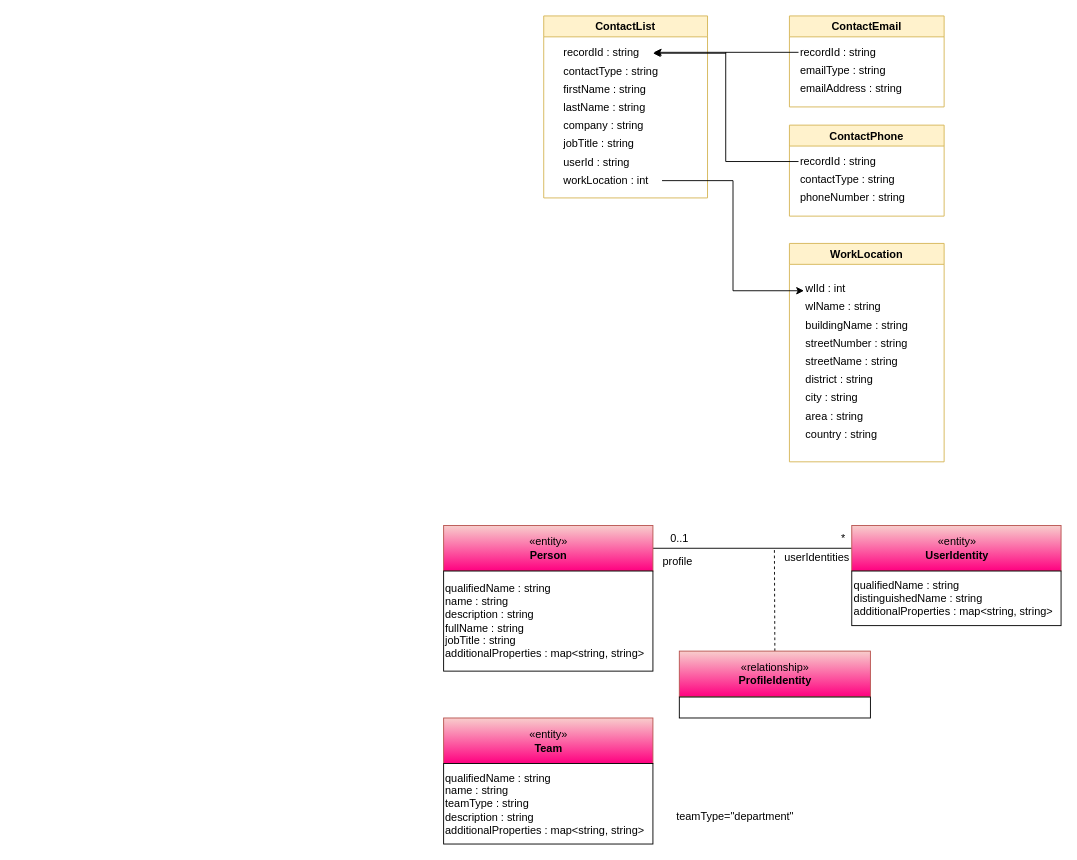
Earlier version of the draw.io diagram page "data-model" (1 of 2) of demo-applications/cocopages-demo-application/cocopages.drawio (odpi/egeria-samples). Source tidied: cells renumbered, new cells numbered last; positions are measured from the earlier drawing's top-left corner, leaving out a move shared by most shapes. Both pictures are drawn from the tidied source at 91%, with x=0, y=0 at pixel (443, 15).
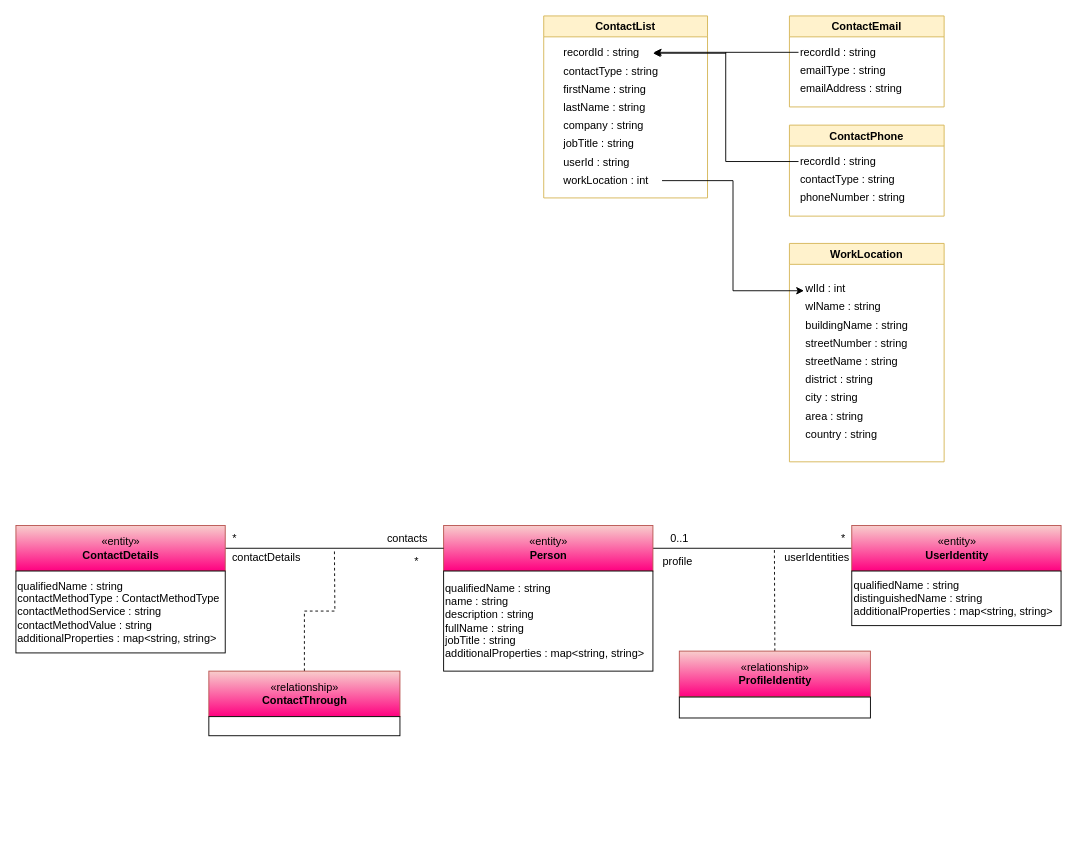
The same diagram, later.

The change refers to these unchanged cells:
```xml
<mxCell id="33" value="«entity»&lt;br&gt;&lt;b&gt;Person&lt;/b&gt;" style="html=1;strokeColor=#b85450;align=center;fillColor=#f8cecc;gradientColor=#FF0080;" parent="1" vertex="1">
  <mxGeometry y="560" width="230" height="50" as="geometry" />
</mxCell>
```

Diff of the diagram source:
```diff
@@
-    <mxCell id="44" value="«entity»&lt;br&gt;&lt;b&gt;Team&lt;/b&gt;" style="html=1;strokeColor=#b85450;align=center;fillColor=#f8cecc;gradientColor=#FF0080;" parent="1" vertex="1">
-      <mxGeometry y="771.5" width="230" height="50" as="geometry" />
-    </mxCell>
-    <mxCell id="45" value="qualifiedName : string&lt;br&gt;name : string&lt;br&gt;teamType : string&lt;br&gt;description : string&lt;br&gt;additionalProperties : map&amp;lt;string, string&amp;gt;" style="rounded=0;whiteSpace=wrap;html=1;align=left;" parent="1" vertex="1">
-      <mxGeometry y="821.5" width="230" height="88.5" as="geometry" />
-    </mxCell>
-    <mxCell id="46" value="teamType=&quot;department&quot;" style="text;html=1;align=center;verticalAlign=middle;strokeColor=none;fillColor=none;" parent="1" vertex="1">
-      <mxGeometry x="250" y="870" width="140" height="20" as="geometry" />
-    </mxCell>
+    <mxCell id="47" style="edgeStyle=orthogonalEdgeStyle;rounded=0;html=1;endArrow=none;endFill=0;jettySize=auto;" parent="1" edge="1" source="33" target="48">
+      <mxGeometry relative="1" as="geometry" />
+    </mxCell>
+    <mxCell id="48" value="«entity»&lt;br&gt;&lt;b&gt;ContactDetails&lt;/b&gt;" style="html=1;strokeColor=#b85450;align=center;fillColor=#f8cecc;gradientColor=#FF0080;" parent="1" vertex="1">
+      <mxGeometry x="-470" y="560" width="230" height="50" as="geometry" />
+    </mxCell>
+    <mxCell id="49" value="qualifiedName : string&lt;br&gt;contactMethodType : ContactMethodType&lt;br&gt;contactMethodService : string&lt;br&gt;contactMethodValue : string&lt;br&gt;additionalProperties : map&amp;lt;string, string&amp;gt;" style="rounded=0;whiteSpace=wrap;html=1;align=left;" parent="1" vertex="1">
+      <mxGeometry x="-470" y="610" width="230" height="90" as="geometry" />
+    </mxCell>
+    <mxCell id="50" style="edgeStyle=orthogonalEdgeStyle;rounded=0;html=1;endArrow=none;endFill=0;jettySize=auto;dashed=1;" parent="1" edge="1" source="51">
+      <mxGeometry relative="1" as="geometry">
+        <mxPoint x="-120" y="587" as="targetPoint" />
+      </mxGeometry>
+    </mxCell>
+    <mxCell id="51" value="«relationship»&lt;br&gt;&lt;b&gt;ContactThrough&lt;/b&gt;" style="html=1;strokeColor=#b85450;align=center;fillColor=#f8cecc;gradientColor=#FF0080;" parent="1" vertex="1">
+      <mxGeometry x="-258" y="720" width="210" height="50" as="geometry" />
+    </mxCell>
+    <mxCell id="52" style="rounded=0;whiteSpace=wrap;html=1;strokeColor=#000000;gradientColor=#ffffff;align=left;" parent="1" vertex="1">
+      <mxGeometry x="-258" y="770" width="210" height="21" as="geometry" />
+    </mxCell>
+    <mxCell id="53" value="*" style="text;html=1;align=center;verticalAlign=top;spacingTop=-4;" parent="1" vertex="1">
+      <mxGeometry x="-40" y="590" width="20" height="20" as="geometry" />
+    </mxCell>
+    <mxCell id="54" value="*" style="text;html=1;align=center;verticalAlign=top;spacingTop=-4;" parent="1" vertex="1">
+      <mxGeometry x="-240" y="565" width="20" height="20" as="geometry" />
+    </mxCell>
+    <mxCell id="55" value="contacts" style="text;html=1;align=center;verticalAlign=top;spacingTop=-4;" parent="1" vertex="1">
+      <mxGeometry x="-70" y="565" width="60" height="20" as="geometry" />
+    </mxCell>
+    <mxCell id="56" value="contactDetails" style="text;html=1;align=center;verticalAlign=top;spacingTop=-4;" parent="1" vertex="1">
+      <mxGeometry x="-240" y="585" width="90" height="20" as="geometry" />
+    </mxCell>
```
